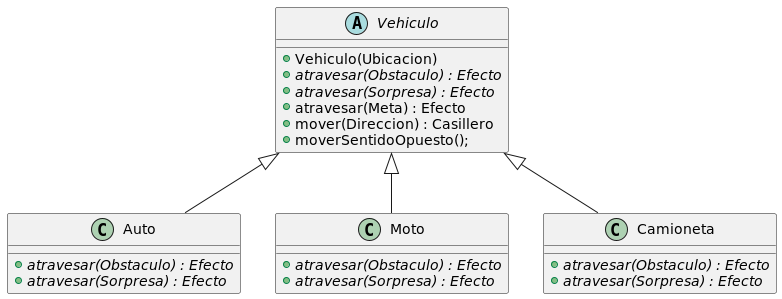
JorgeSedek/algo3_tp2 keeps this PlantUML diagram as diagrams/classes/diagramaClases2.png. Above is the earlier version. The source it was exported from:
```plantuml
@startuml
abstract class Vehiculo {
+Vehiculo(Ubicacion)
+atravesar(Obstaculo) : Efecto {abstract}
+atravesar(Sorpresa) : Efecto {abstract}
+atravesar(Meta) : Efecto
+mover(Direccion) : Casillero
+moverSentidoOpuesto();
}

class Auto{
+atravesar(Obstaculo) : Efecto {abstract}
+atravesar(Sorpresa) : Efecto {abstract}
}
class Moto{
+atravesar(Obstaculo) : Efecto {abstract}
+atravesar(Sorpresa) : Efecto {abstract}
}
class Camioneta{
+atravesar(Obstaculo) : Efecto {abstract}
+atravesar(Sorpresa) : Efecto {abstract}
}
Vehiculo <|-- Auto
Vehiculo <|-- Moto
Vehiculo <|-- Camioneta


@enduml
```
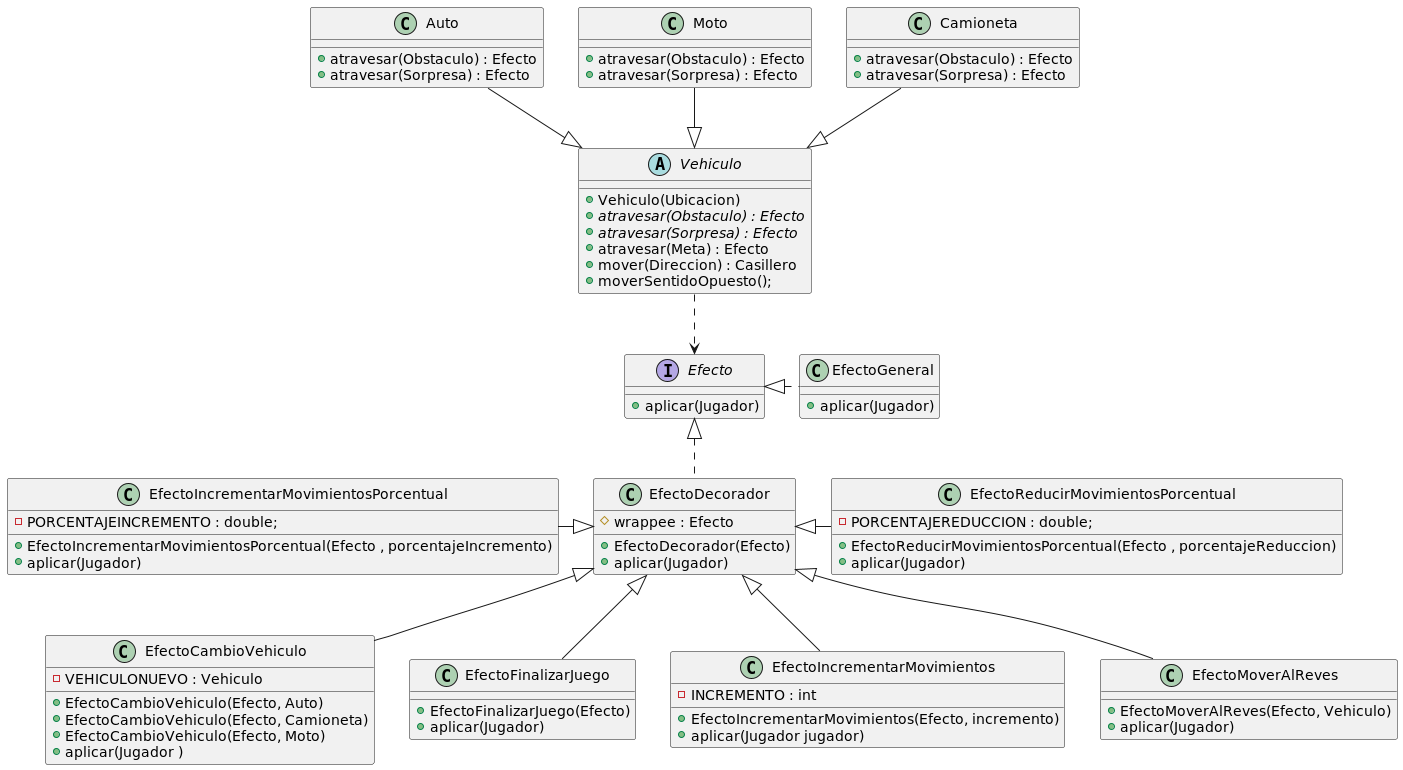
After the commit.

Commit message:
Agrego diagramas de clases

The edit, as a diff of the source:
```diff
@@ -1,4 +1,17 @@
 @startuml
+class Auto{
++atravesar(Obstaculo) : Efecto
++atravesar(Sorpresa) : Efecto
+}
+class Moto{
++atravesar(Obstaculo) : Efecto
++atravesar(Sorpresa) : Efecto
+}
+class Camioneta{
++atravesar(Obstaculo) : Efecto
++atravesar(Sorpresa) : Efecto
+}
+
 abstract class Vehiculo {
 +Vehiculo(Ubicacion)
 +atravesar(Obstaculo) : Efecto {abstract}
@@ -8,21 +21,71 @@
 +moverSentidoOpuesto();
 }
 
-class Auto{
-+atravesar(Obstaculo) : Efecto {abstract}
-+atravesar(Sorpresa) : Efecto {abstract}
+Auto --|> Vehiculo
+Moto --|> Vehiculo
+Camioneta --|> Vehiculo
+
+Vehiculo ..>Efecto
+
+interface Efecto {
+    +aplicar(Jugador)
 }
-class Moto{
-+atravesar(Obstaculo) : Efecto {abstract}
-+atravesar(Sorpresa) : Efecto {abstract}
+
+class EfectoGeneral {
+    + aplicar(Jugador)
 }
-class Camioneta{
-+atravesar(Obstaculo) : Efecto {abstract}
-+atravesar(Sorpresa) : Efecto {abstract}
+
+class EfectoDecorador {
+    # wrappee : Efecto
+    + EfectoDecorador(Efecto)
+    + aplicar(Jugador)
 }
-Vehiculo <|-- Auto
-Vehiculo <|-- Moto
-Vehiculo <|-- Camioneta
+
+class EfectoCambioVehiculo{
+    - VEHICULONUEVO : Vehiculo
+    + EfectoCambioVehiculo(Efecto, Auto)
+    + EfectoCambioVehiculo(Efecto, Camioneta)
+    + EfectoCambioVehiculo(Efecto, Moto)
+    + aplicar(Jugador )
+}
+
+class EfectoFinalizarJuego{
+    + EfectoFinalizarJuego(Efecto)
+    + aplicar(Jugador)
+}
+
+class EfectoIncrementarMovimientos{
+    - INCREMENTO : int
+    + EfectoIncrementarMovimientos(Efecto, incremento)
+    + aplicar(Jugador jugador)
+}
+
+class EfectoIncrementarMovimientosPorcentual{
+    - PORCENTAJEINCREMENTO : double;
+    + EfectoIncrementarMovimientosPorcentual(Efecto , porcentajeIncremento)
+    + aplicar(Jugador)
+}
+
+class EfectoMoverAlReves{
+    + EfectoMoverAlReves(Efecto, Vehiculo)
+    + aplicar(Jugador)
+}
+
+class EfectoReducirMovimientosPorcentual{
+    - PORCENTAJEREDUCCION : double;
+    + EfectoReducirMovimientosPorcentual(Efecto , porcentajeReduccion)
+    + aplicar(Jugador)
+}
+
+Efecto <|. EfectoGeneral
+Efecto <|.. EfectoDecorador
+EfectoDecorador <|-- EfectoCambioVehiculo
+EfectoDecorador <|-- EfectoFinalizarJuego
+EfectoDecorador <|-- EfectoIncrementarMovimientos
+EfectoDecorador <|-left EfectoIncrementarMovimientosPorcentual
+EfectoDecorador <|-- EfectoMoverAlReves
+EfectoDecorador <|- EfectoReducirMovimientosPorcentual
+
 
 
 @enduml
```
